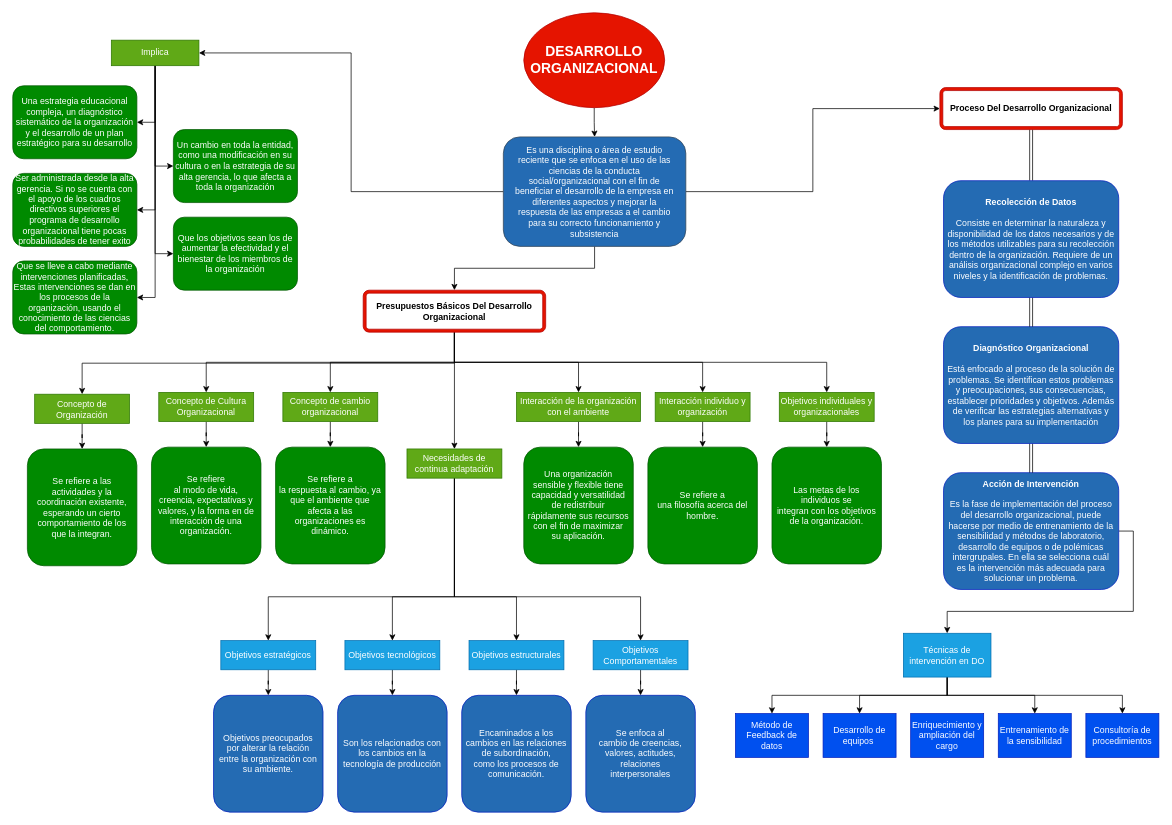
IV4NTMR/IvanTonatiuhMartinezRamirez keeps this draw.io diagram as Untitled Diagram.drawio. Above is the earlier version. Source tidied: cells renumbered, new cells numbered last; positions are measured from the earlier drawing's top-left corner, leaving out a move shared by most shapes. Both pictures are drawn from the tidied source at 73%, with x=0, y=0 at pixel (12, 12).
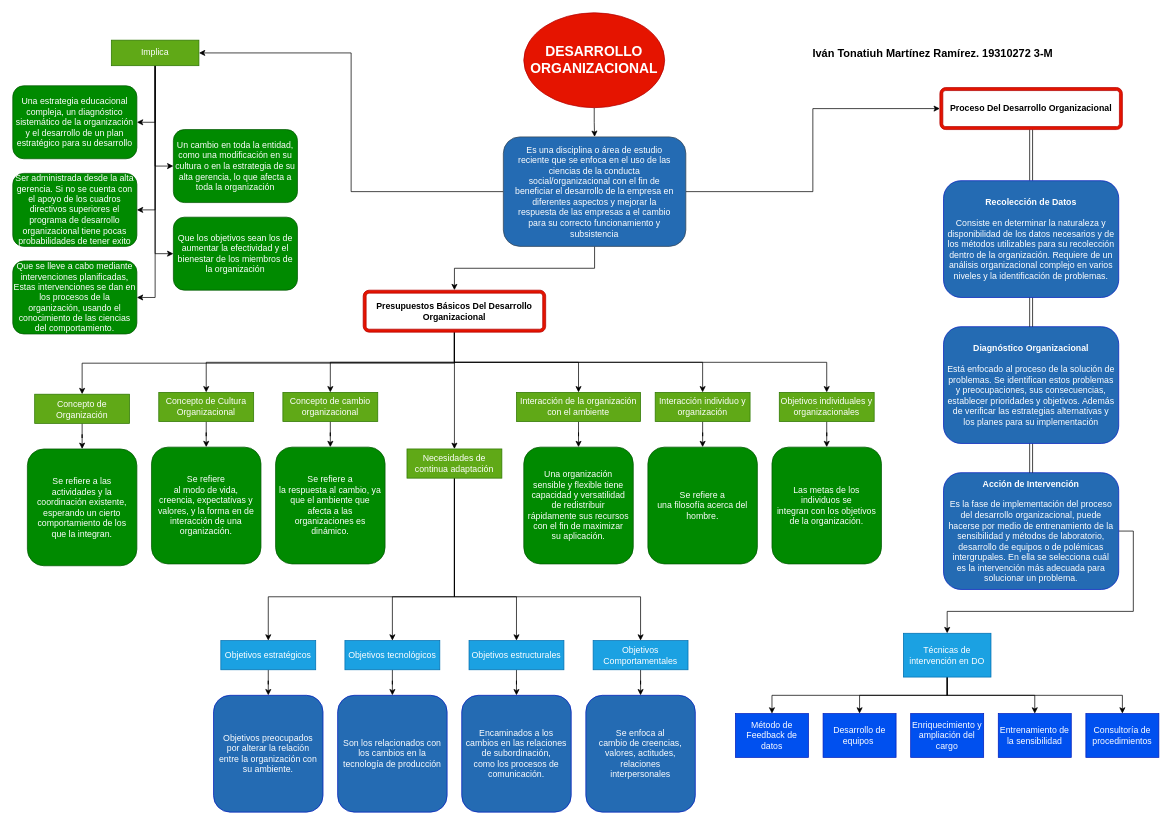
The same page after the edit.

The edit, as a diff of the source:
```diff
@@
+    <mxCell id="80" value="&lt;font style=&quot;font-size: 15px;&quot;&gt;&lt;b style=&quot;font-size: 15px;&quot;&gt;Iván Tonatiuh Martínez Ramírez. 19310272 3-M&lt;/b&gt;&lt;/font&gt;" style="text;html=1;align=center;verticalAlign=middle;fontColor=#000000;fontSize=15;" parent="1" vertex="1">
+      <mxGeometry x="1090" y="45" width="340" height="20" as="geometry" />
+    </mxCell>
```
